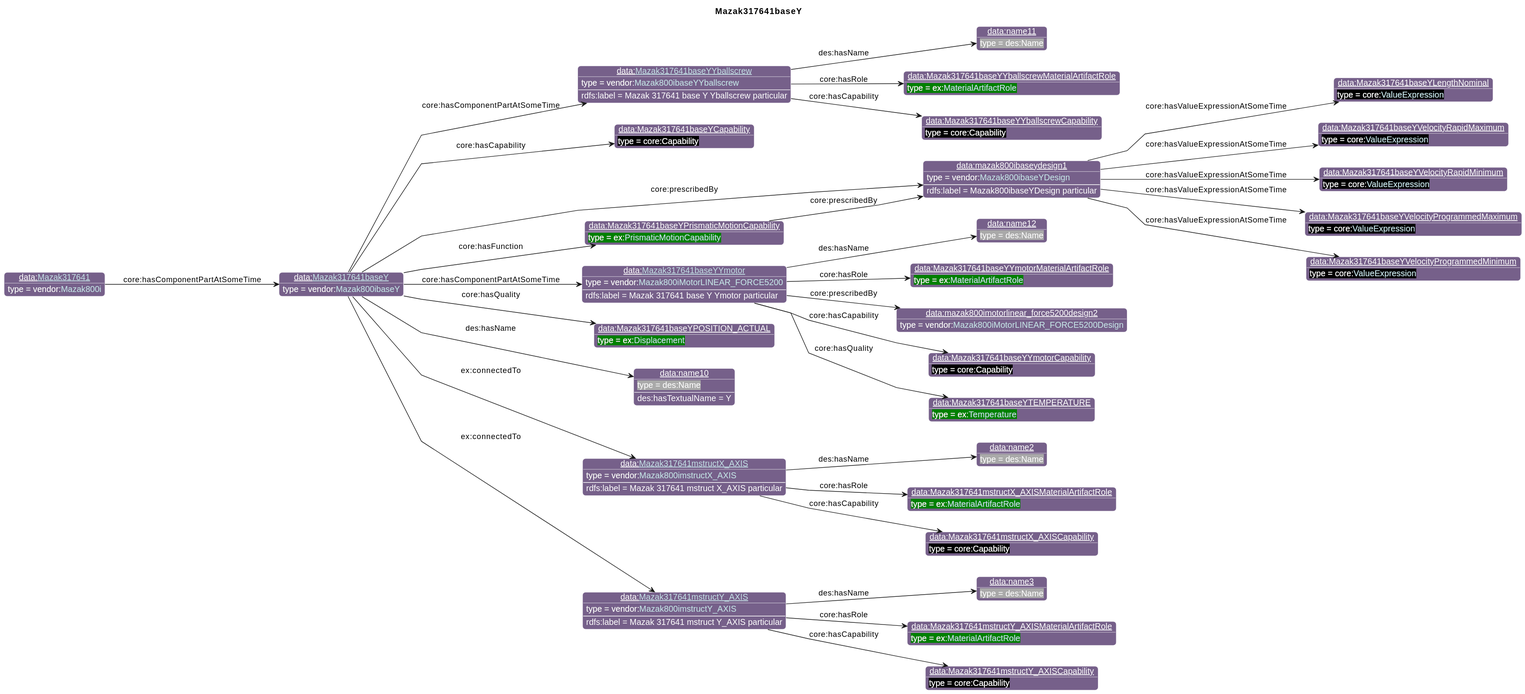
The PlantUML diagram diagrams/Mazak317641baseY.svg in iofoundry/example-syseng-mtconnect, before a commit.
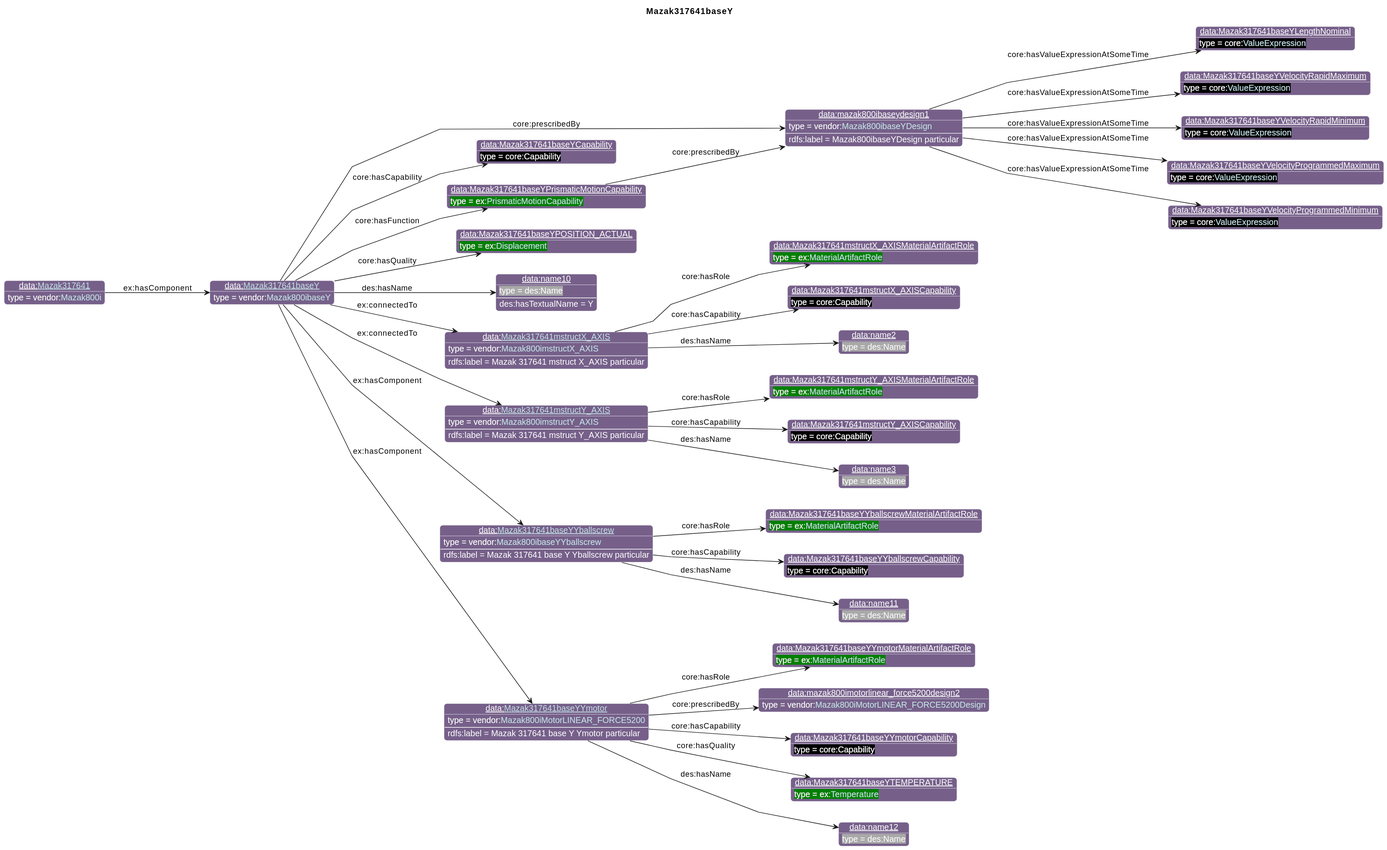
After the commit.

The edit, as a diff of the source:
```diff
@@ -33,27 +33,27 @@
 individual(o5, data:Mazak317641baseYVelocityProgrammedMaximum, core:[[https://spec.industrialontologies.org/ontology/core/Core/ValueExpression ValueExpression]])
 individual(o6, data:Mazak317641baseYVelocityProgrammedMinimum, core:[[https://spec.industrialontologies.org/ontology/core/Core/ValueExpression ValueExpression]])
 individual(o7, data:Mazak317641baseYCapability, core:Capability)
-individual(o8, data:[[./Mazak317641baseYYballscrew.html Mazak317641baseYYballscrew]], vendor:[[../Mazak.html#Mazak800ibaseYYballscrew Mazak800ibaseYYballscrew]])
-individual(o9, data:Mazak317641baseYYballscrewMaterialArtifactRole, ex:[[../Example.html#MaterialArtifactRole MaterialArtifactRole]])
-individual(o10, data:Mazak317641baseYYballscrewCapability, core:Capability)
-individual(o11, data:name11, des:Name)
-individual(o12, data:[[./Mazak317641baseYYmotor.html Mazak317641baseYYmotor]], vendor:[[../Mazak.html#Mazak800iMotorLINEAR_FORCE5200 Mazak800iMotorLINEAR_FORCE5200]])
-individual(o13, data:Mazak317641baseYYmotorMaterialArtifactRole, ex:[[../Example.html#MaterialArtifactRole MaterialArtifactRole]])
-individual(o14, data:mazak800imotorlinear_force5200design2, vendor:[[../Mazak.html#Mazak800iMotorLINEAR_FORCE5200Design Mazak800iMotorLINEAR_FORCE5200Design]])
-individual(o15, data:Mazak317641baseYYmotorCapability, core:Capability)
-individual(o16, data:Mazak317641baseYTEMPERATURE, ex:[[../Example.html#Temperature Temperature]])
-individual(o17, data:name12, des:Name)
-individual(o18, data:Mazak317641baseYPrismaticMotionCapability, ex:[[../Example.html#PrismaticMotionCapability PrismaticMotionCapability]])
-individual(o19, data:Mazak317641baseYPOSITION_ACTUAL, ex:[[../Example.html#Displacement Displacement]])
-individual(o20, data:name10, des:Name)
-individual(o21, data:[[./Mazak317641mstructX_AXIS.html Mazak317641mstructX_AXIS]], vendor:[[../Mazak.html#Mazak800imstructX_AXIS Mazak800imstructX_AXIS]])
-individual(o22, data:Mazak317641mstructX_AXISMaterialArtifactRole, ex:[[../Example.html#MaterialArtifactRole MaterialArtifactRole]])
-individual(o23, data:Mazak317641mstructX_AXISCapability, core:Capability)
-individual(o24, data:name2, des:Name)
-individual(o25, data:[[./Mazak317641mstructY_AXIS.html Mazak317641mstructY_AXIS]], vendor:[[../Mazak.html#Mazak800imstructY_AXIS Mazak800imstructY_AXIS]])
-individual(o26, data:Mazak317641mstructY_AXISMaterialArtifactRole, ex:[[../Example.html#MaterialArtifactRole MaterialArtifactRole]])
-individual(o27, data:Mazak317641mstructY_AXISCapability, core:Capability)
-individual(o28, data:name3, des:Name)
+individual(o8, data:Mazak317641baseYPrismaticMotionCapability, ex:[[../Example.html#PrismaticMotionCapability PrismaticMotionCapability]])
+individual(o9, data:Mazak317641baseYPOSITION_ACTUAL, ex:[[../Example.html#Displacement Displacement]])
+individual(o10, data:name10, des:Name)
+individual(o11, data:[[./Mazak317641mstructX_AXIS.html Mazak317641mstructX_AXIS]], vendor:[[../Mazak.html#Mazak800imstructX_AXIS Mazak800imstructX_AXIS]])
+individual(o12, data:Mazak317641mstructX_AXISMaterialArtifactRole, ex:[[../Example.html#MaterialArtifactRole MaterialArtifactRole]])
+individual(o13, data:Mazak317641mstructX_AXISCapability, core:Capability)
+individual(o14, data:name2, des:Name)
+individual(o15, data:[[./Mazak317641mstructY_AXIS.html Mazak317641mstructY_AXIS]], vendor:[[../Mazak.html#Mazak800imstructY_AXIS Mazak800imstructY_AXIS]])
+individual(o16, data:Mazak317641mstructY_AXISMaterialArtifactRole, ex:[[../Example.html#MaterialArtifactRole MaterialArtifactRole]])
+individual(o17, data:Mazak317641mstructY_AXISCapability, core:Capability)
+individual(o18, data:name3, des:Name)
+individual(o19, data:[[./Mazak317641baseYYballscrew.html Mazak317641baseYYballscrew]], vendor:[[../Mazak.html#Mazak800ibaseYYballscrew Mazak800ibaseYYballscrew]])
+individual(o20, data:Mazak317641baseYYballscrewMaterialArtifactRole, ex:[[../Example.html#MaterialArtifactRole MaterialArtifactRole]])
+individual(o21, data:Mazak317641baseYYballscrewCapability, core:Capability)
+individual(o22, data:name11, des:Name)
+individual(o23, data:[[./Mazak317641baseYYmotor.html Mazak317641baseYYmotor]], vendor:[[../Mazak.html#Mazak800iMotorLINEAR_FORCE5200 Mazak800iMotorLINEAR_FORCE5200]])
+individual(o24, data:Mazak317641baseYYmotorMaterialArtifactRole, ex:[[../Example.html#MaterialArtifactRole MaterialArtifactRole]])
+individual(o25, data:mazak800imotorlinear_force5200design2, vendor:[[../Mazak.html#Mazak800iMotorLINEAR_FORCE5200Design Mazak800iMotorLINEAR_FORCE5200Design]])
+individual(o26, data:Mazak317641baseYYmotorCapability, core:Capability)
+individual(o27, data:Mazak317641baseYTEMPERATURE, ex:[[../Example.html#Temperature Temperature]])
+individual(o28, data:name12, des:Name)
 individual(o29, data:[[./Mazak317641.html Mazak317641]], vendor:[[../Mazak.html#Mazak800i Mazak800i]])
 property(o0, "core:prescribedBy", o1)
 data(o1, "rdfs:label", "Mazak800ibaseYDesign particular")
@@ -63,32 +63,32 @@
 property(o1, "core:hasValueExpressionAtSomeTime", o5)
 property(o1, "core:hasValueExpressionAtSomeTime", o6)
 property(o0, "core:hasCapability", o7)
-property(o0, "core:hasComponentPartAtSomeTime", o8)
-data(o8, "rdfs:label", "Mazak 317641 base Y Yballscrew particular")
-property(o8, "core:hasRole", o9)
-property(o8, "core:hasCapability", o10)
-property(o8, "des:hasName", o11)
-property(o0, "core:hasComponentPartAtSomeTime", o12)
-data(o12, "rdfs:label", "Mazak 317641 base Y Ymotor particular")
-property(o12, "core:hasRole", o13)
-property(o12, "core:prescribedBy", o14)
-property(o12, "core:hasCapability", o15)
-property(o12, "core:hasQuality", o16)
-property(o12, "des:hasName", o17)
-property(o0, "core:hasFunction", o18)
-property(o18, "core:prescribedBy", o1)
-property(o0, "core:hasQuality", o19)
-property(o0, "des:hasName", o20)
-data(o20, "des:hasTextualName", "Y")
-property(o0, "ex:connectedTo", o21)
-data(o21, "rdfs:label", "Mazak 317641 mstruct X_AXIS particular")
-property(o21, "core:hasRole", o22)
-property(o21, "core:hasCapability", o23)
-property(o21, "des:hasName", o24)
-property(o0, "ex:connectedTo", o25)
-data(o25, "rdfs:label", "Mazak 317641 mstruct Y_AXIS particular")
-property(o25, "core:hasRole", o26)
-property(o25, "core:hasCapability", o27)
-property(o25, "des:hasName", o28)
-property(o29, "core:hasComponentPartAtSomeTime", o0)
+property(o0, "core:hasFunction", o8)
+property(o8, "core:prescribedBy", o1)
+property(o0, "core:hasQuality", o9)
+property(o0, "des:hasName", o10)
+data(o10, "des:hasTextualName", "Y")
+property(o0, "ex:connectedTo", o11)
+data(o11, "rdfs:label", "Mazak 317641 mstruct X_AXIS particular")
+property(o11, "core:hasRole", o12)
+property(o11, "core:hasCapability", o13)
+property(o11, "des:hasName", o14)
+property(o0, "ex:connectedTo", o15)
+data(o15, "rdfs:label", "Mazak 317641 mstruct Y_AXIS particular")
+property(o15, "core:hasRole", o16)
+property(o15, "core:hasCapability", o17)
+property(o15, "des:hasName", o18)
+property(o0, "ex:hasComponent", o19)
+data(o19, "rdfs:label", "Mazak 317641 base Y Yballscrew particular")
+property(o19, "core:hasRole", o20)
+property(o19, "core:hasCapability", o21)
+property(o19, "des:hasName", o22)
+property(o0, "ex:hasComponent", o23)
+data(o23, "rdfs:label", "Mazak 317641 base Y Ymotor particular")
+property(o23, "core:hasRole", o24)
+property(o23, "core:prescribedBy", o25)
+property(o23, "core:hasCapability", o26)
+property(o23, "core:hasQuality", o27)
+property(o23, "des:hasName", o28)
+property(o29, "ex:hasComponent", o0)
 @enduml
```
